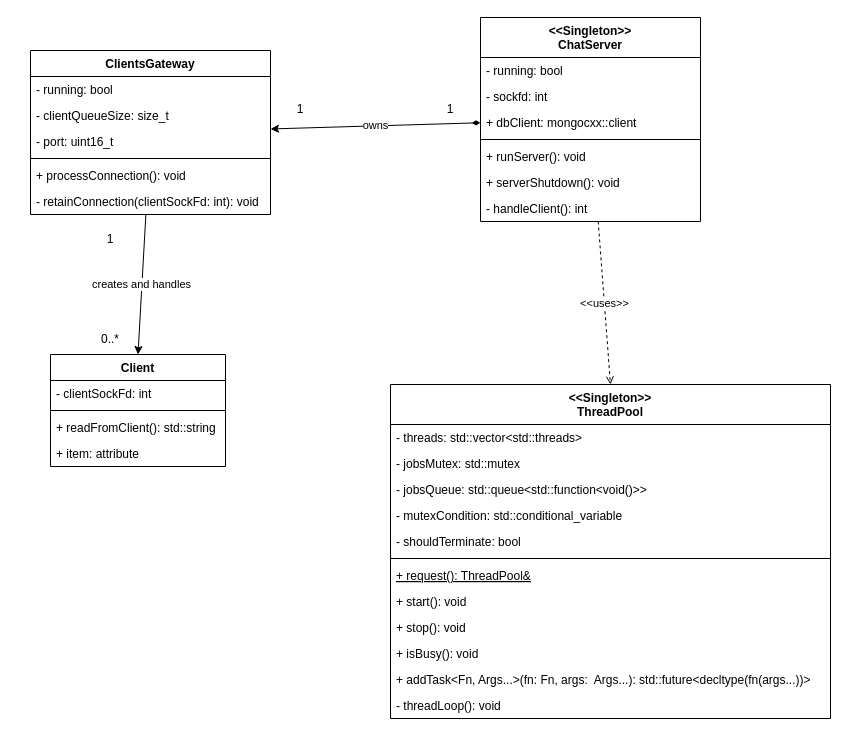
This is docs/static.drawio from dohuyminh/chatroom-server, a draw.io file, before an edit. Source tidied: cells renumbered, new cells numbered last; positions are measured from the earlier drawing's top-left corner, leaving out a move shared by most shapes. Both pictures are drawn from the tidied source at 100%, with x=0, y=0 at pixel (30, 17).
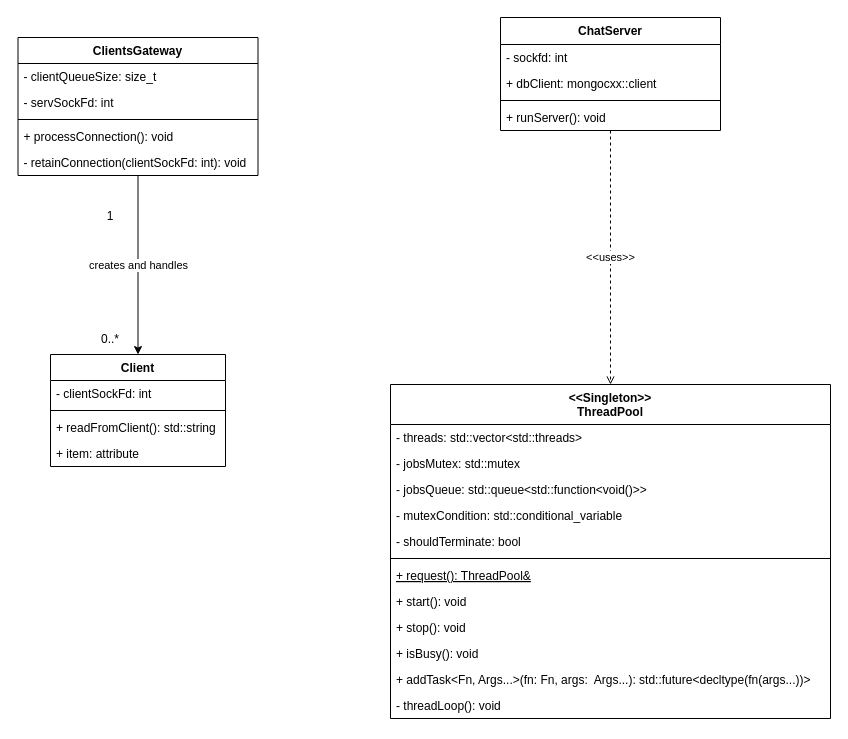
After the change.

Change to the diagram source:
```diff
@@
-    <mxCell id="3" value="owns" style="edgeStyle=none;html=1;startArrow=diamondThin;startFill=1;" parent="1" edge="1" source="4" target="27">
-      <mxGeometry relative="1" as="geometry" />
-    </mxCell>
-    <mxCell id="4" value="&lt;&lt;Singleton&gt;&gt;&#10;ChatServer" style="swimlane;fontStyle=1;align=center;verticalAlign=top;horizontal=1;startSize=40;" parent="1" vertex="1">
-      <mxGeometry x="450" width="220" height="204" as="geometry" />
+    <mxCell id="4" value="ChatServer" style="swimlane;fontStyle=1;align=center;verticalAlign=top;horizontal=1;startSize=27;" parent="1" vertex="1">
+      <mxGeometry x="470" width="220" height="113" as="geometry" />
     </mxCell>
-    <mxCell id="5" value="- running: bool" style="text;strokeColor=none;fillColor=none;align=left;verticalAlign=top;spacingLeft=4;spacingRight=4;overflow=hidden;" parent="4" vertex="1">
-      <mxGeometry y="40" width="220" height="26" as="geometry" />
-    </mxCell>
     <mxCell id="6" value="- sockfd: int" style="text;strokeColor=none;fillColor=none;align=left;verticalAlign=top;spacingLeft=4;spacingRight=4;overflow=hidden;" parent="4" vertex="1">
-      <mxGeometry y="66" width="220" height="26" as="geometry" />
+      <mxGeometry y="27" width="220" height="26" as="geometry" />
     </mxCell>
     <mxCell id="7" value="+ dbClient: mongocxx::client" style="text;strokeColor=none;fillColor=none;align=left;verticalAlign=top;spacingLeft=4;spacingRight=4;overflow=hidden;" parent="4" vertex="1">
-      <mxGeometry y="92" width="220" height="26" as="geometry" />
+      <mxGeometry y="53" width="220" height="26" as="geometry" />
     </mxCell>
     <mxCell id="8" style="line;strokeWidth=1;fillColor=none;align=left;verticalAlign=middle;spacingTop=-1;spacingLeft=3;spacingRight=3;labelPosition=right;strokeColor=inherit;" parent="4" vertex="1">
-      <mxGeometry y="118" width="220" height="8" as="geometry" />
+      <mxGeometry y="79" width="220" height="8" as="geometry" />
     </mxCell>
     <mxCell id="9" value="+ runServer(): void" style="text;strokeColor=none;fillColor=none;align=left;verticalAlign=top;spacingLeft=4;spacingRight=4;overflow=hidden;" parent="4" vertex="1">
-      <mxGeometry y="126" width="220" height="26" as="geometry" />
+      <mxGeometry y="87" width="220" height="26" as="geometry" />
     </mxCell>
-    <mxCell id="10" value="+ serverShutdown(): void" style="text;strokeColor=none;fillColor=none;align=left;verticalAlign=top;spacingLeft=4;spacingRight=4;overflow=hidden;" parent="4" vertex="1">
-      <mxGeometry y="152" width="220" height="26" as="geometry" />
-    </mxCell>
-    <mxCell id="11" value="- handleClient(): int" style="text;strokeColor=none;fillColor=none;align=left;verticalAlign=top;spacingLeft=4;spacingRight=4;overflow=hidden;" parent="4" vertex="1">
-      <mxGeometry y="178" width="220" height="26" as="geometry" />
-    </mxCell>
@@
     <mxCell id="27" value="ClientsGateway" style="swimlane;fontStyle=1;align=center;verticalAlign=top;horizontal=1;startSize=26;" parent="1" vertex="1">
-      <mxGeometry y="33" width="240" height="164" as="geometry" />
+      <mxGeometry x="-12.5" y="20" width="240" height="138" as="geometry" />
     </mxCell>
-    <mxCell id="28" value="- running: bool" style="text;strokeColor=none;fillColor=none;align=left;verticalAlign=top;spacingLeft=4;spacingRight=4;overflow=hidden;" parent="27" vertex="1">
-      <mxGeometry y="26" width="240" height="26" as="geometry" />
-    </mxCell>
     <mxCell id="29" value="- clientQueueSize: size_t" style="text;strokeColor=none;fillColor=none;align=left;verticalAlign=top;spacingLeft=4;spacingRight=4;overflow=hidden;" parent="27" vertex="1">
-      <mxGeometry y="52" width="240" height="26" as="geometry" />
+      <mxGeometry y="26" width="240" height="26" as="geometry" />
     </mxCell>
-    <mxCell id="30" value="- port: uint16_t" style="text;strokeColor=none;fillColor=none;align=left;verticalAlign=top;spacingLeft=4;spacingRight=4;overflow=hidden;" parent="27" vertex="1">
-      <mxGeometry y="78" width="240" height="26" as="geometry" />
+    <mxCell id="30" value="- servSockFd: int" style="text;strokeColor=none;fillColor=none;align=left;verticalAlign=top;spacingLeft=4;spacingRight=4;overflow=hidden;" parent="27" vertex="1">
+      <mxGeometry y="52" width="240" height="26" as="geometry" />
     </mxCell>
     <mxCell id="31" style="line;strokeWidth=1;fillColor=none;align=left;verticalAlign=middle;spacingTop=-1;spacingLeft=3;spacingRight=3;labelPosition=right;strokeColor=inherit;" parent="27" vertex="1">
-      <mxGeometry y="104" width="240" height="8" as="geometry" />
+      <mxGeometry y="78" width="240" height="8" as="geometry" />
     </mxCell>
     <mxCell id="32" value="+ processConnection(): void" style="text;strokeColor=none;fillColor=none;align=left;verticalAlign=top;spacingLeft=4;spacingRight=4;overflow=hidden;" parent="27" vertex="1">
-      <mxGeometry y="112" width="240" height="26" as="geometry" />
+      <mxGeometry y="86" width="240" height="26" as="geometry" />
     </mxCell>
     <mxCell id="33" value="- retainConnection(clientSockFd: int): void" style="text;strokeColor=none;fillColor=none;align=left;verticalAlign=top;spacingLeft=4;spacingRight=4;overflow=hidden;" parent="27" vertex="1">
-      <mxGeometry y="138" width="240" height="26" as="geometry" />
+      <mxGeometry y="112" width="240" height="26" as="geometry" />
     </mxCell>
-    <mxCell id="34" value="1" style="text;html=1;strokeColor=none;fillColor=none;align=center;verticalAlign=middle;whiteSpace=wrap;rounded=0;" parent="1" vertex="1">
-      <mxGeometry x="240" y="77" width="60" height="30" as="geometry" />
-    </mxCell>
@@
     <mxCell id="41" value="1" style="text;html=1;strokeColor=none;fillColor=none;align=center;verticalAlign=middle;whiteSpace=wrap;rounded=0;" parent="1" vertex="1">
-      <mxGeometry x="50" y="207" width="60" height="30" as="geometry" />
+      <mxGeometry x="50" y="184" width="60" height="30" as="geometry" />
     </mxCell>
-    <mxCell id="42" value="1" style="text;html=1;strokeColor=none;fillColor=none;align=center;verticalAlign=middle;whiteSpace=wrap;rounded=0;" parent="1" vertex="1">
-      <mxGeometry x="390" y="77" width="60" height="30" as="geometry" />
-    </mxCell>
```
